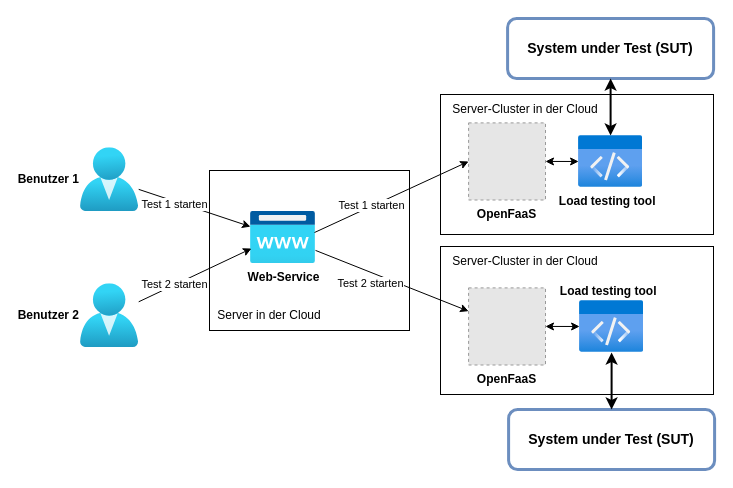
This is drawio/lastverteilungOpenFaaS.drawio from JadKHaddad/Openfaas-Performance-Testing-as-a-Service, a draw.io file, before an edit. Source tidied: cells renumbered, new cells numbered last; positions are measured from the earlier drawing's top-left corner, leaving out a move shared by most shapes. Both pictures are drawn from the tidied source at 100%, with x=0, y=0 at pixel (80, 18). Pictures stored in the file or linked from it are replaced by grey dashed boxes.
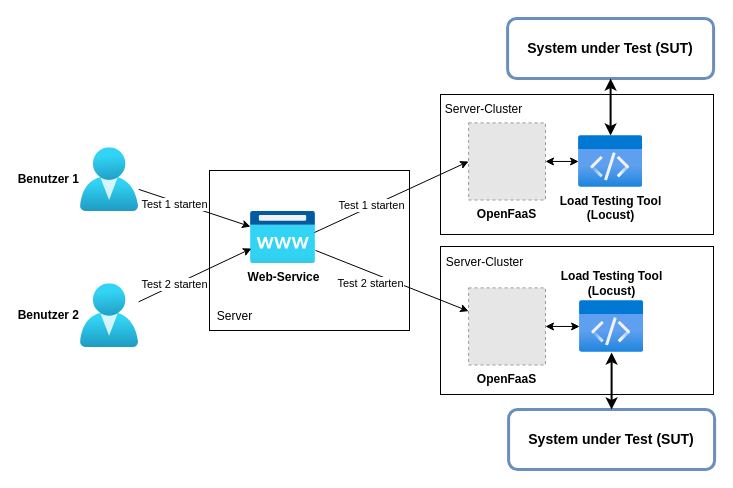
After the change.

The edit, as a diff of the source:
```diff
@@
-    <mxCell id="7" value="Load testing tool&amp;nbsp;&amp;nbsp;" style="html=1;points=[];align=center;image;fontSize=12;image=img/lib/azure2/general/Code.svg;fontStyle=1;labelBackgroundColor=#FFFFFF;labelBorderColor=none;fontColor=default;labelPosition=center;verticalLabelPosition=bottom;verticalAlign=top;" parent="1" vertex="1">
+    <mxCell id="7" value="Load Testing Tool&lt;br&gt;(Locust)" style="html=1;points=[];align=center;image;fontSize=12;image=img/lib/azure2/general/Code.svg;fontStyle=1;labelBackgroundColor=#FFFFFF;labelBorderColor=none;fontColor=default;labelPosition=center;verticalLabelPosition=bottom;verticalAlign=top;" parent="1" vertex="1">
       <mxGeometry x="498.1" y="117" width="64" height="52" as="geometry" />
     </mxCell>
@@
-    <mxCell id="10" value="Server in der Cloud" style="text;html=1;strokeColor=none;fillColor=none;align=center;verticalAlign=middle;whiteSpace=wrap;rounded=0;" parent="1" vertex="1">
-      <mxGeometry x="129" y="282" width="120" height="30" as="geometry" />
+    <mxCell id="10" value="Server" style="text;html=1;strokeColor=none;fillColor=none;align=center;verticalAlign=middle;whiteSpace=wrap;rounded=0;" parent="1" vertex="1">
+      <mxGeometry x="129" y="283" width="51" height="30" as="geometry" />
     </mxCell>
@@
-    <mxCell id="13" value="Server-Cluster in der Cloud" style="text;html=1;strokeColor=none;fillColor=none;align=center;verticalAlign=middle;whiteSpace=wrap;rounded=0;" parent="1" vertex="1">
-      <mxGeometry x="370" y="76" width="150" height="30" as="geometry" />
+    <mxCell id="13" value="Server-Cluster" style="text;html=1;strokeColor=none;fillColor=none;align=center;verticalAlign=middle;whiteSpace=wrap;rounded=0;" parent="1" vertex="1">
+      <mxGeometry x="360" y="76" width="87" height="30" as="geometry" />
     </mxCell>
@@
-    <mxCell id="16" value="Load testing tool&amp;nbsp;&amp;nbsp;" style="html=1;points=[];align=center;image;fontSize=12;image=img/lib/azure2/general/Code.svg;fontStyle=1;labelBackgroundColor=#FFFFFF;labelBorderColor=none;fontColor=default;labelPosition=center;verticalLabelPosition=top;verticalAlign=bottom;" parent="1" vertex="1">
+    <mxCell id="16" value="Load Testing Tool&lt;br&gt;(Locust)" style="html=1;points=[];align=center;image;fontSize=12;image=img/lib/azure2/general/Code.svg;fontStyle=1;labelBackgroundColor=#FFFFFF;labelBorderColor=none;fontColor=default;labelPosition=center;verticalLabelPosition=top;verticalAlign=bottom;" parent="1" vertex="1">
       <mxGeometry x="499.1" y="282" width="64" height="52" as="geometry" />
     </mxCell>
@@
-    <mxCell id="28" value="Server-Cluster in der Cloud" style="text;html=1;strokeColor=none;fillColor=none;align=center;verticalAlign=middle;whiteSpace=wrap;rounded=0;" parent="1" vertex="1">
-      <mxGeometry x="370" y="228" width="150" height="30" as="geometry" />
-    </mxCell>
+    <mxCell id="29" value="Server-Cluster" style="text;html=1;strokeColor=none;fillColor=none;align=center;verticalAlign=middle;whiteSpace=wrap;rounded=0;" parent="1" vertex="1">
+      <mxGeometry x="361" y="229" width="87" height="30" as="geometry" />
+    </mxCell>
```
